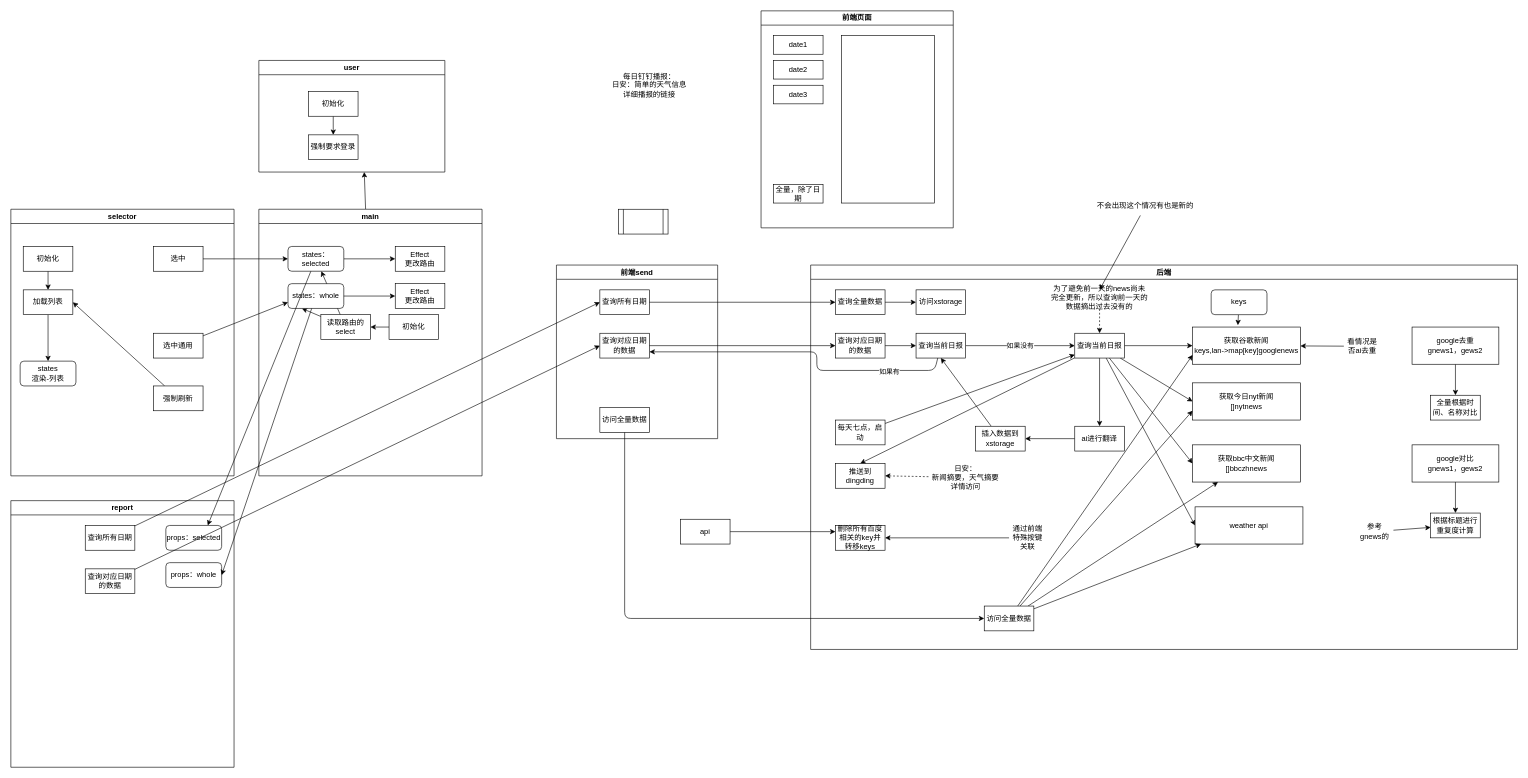
This is docs/daily.drawio from intmian/platform, a draw.io file, before an edit. Source tidied: cells renumbered, new cells numbered last; positions are measured from the earlier drawing's top-left corner, leaving out a move shared by most shapes. Both pictures are drawn from the tidied source at 62%, with x=0, y=0 at pixel (11, 11).
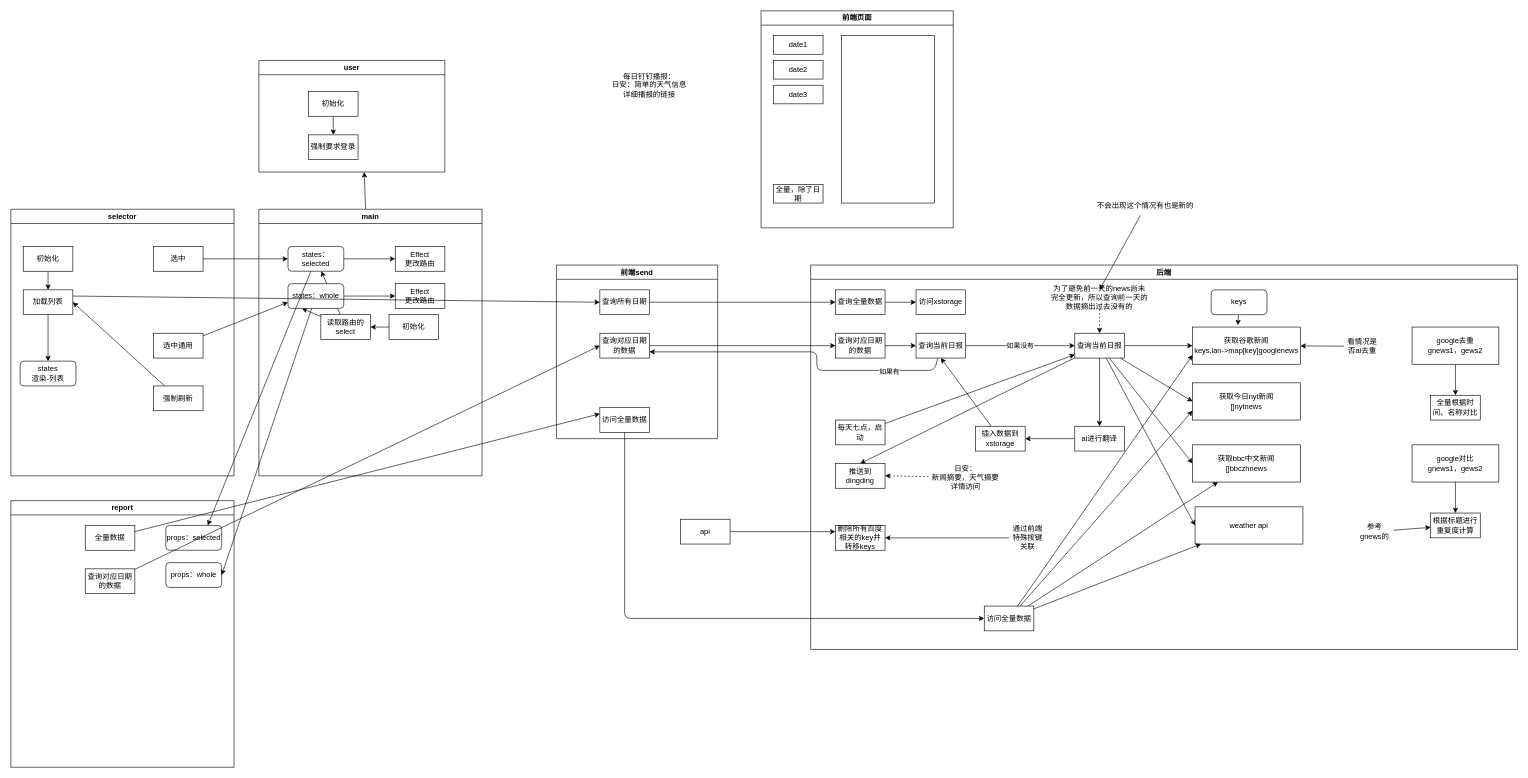
Above is the later version.

The change refers to these unchanged cells:
```xml
<mxCell id="10" value="查询所有日期" style="rounded=0;whiteSpace=wrap;html=1;" parent="9" vertex="1">
  <mxGeometry x="70" y="40" width="80" height="40" as="geometry" />
</mxCell>
<mxCell id="12" value="访问全量数据" style="rounded=0;whiteSpace=wrap;html=1;" parent="9" vertex="1">
  <mxGeometry x="70" y="230" width="80" height="40" as="geometry" />
</mxCell>
<mxCell id="78" value="加载列表" style="rounded=0;whiteSpace=wrap;html=1;" parent="73" vertex="1">
  <mxGeometry x="20" y="130" width="80" height="40" as="geometry" />
</mxCell>
<mxCell id="96" value="report" style="swimlane;whiteSpace=wrap;html=1;" parent="1" vertex="1">
  <mxGeometry y="790" width="360" height="430" as="geometry" />
</mxCell>
```

Diff of the diagram source:
```diff
@@
-    <mxCell id="67" style="shape=process;whiteSpace=wrap;html=1;backgroundOutline=1;" parent="1" vertex="1">
-      <mxGeometry x="980" y="320" width="80" height="40" as="geometry" />
-    </mxCell>
@@
-    <mxCell id="99" value="查询所有日期" style="rounded=0;whiteSpace=wrap;html=1;" parent="96" vertex="1">
+    <mxCell id="99" value="全量数据" style="rounded=0;whiteSpace=wrap;html=1;" parent="96" vertex="1">
       <mxGeometry x="120" y="40" width="80" height="40" as="geometry" />
     </mxCell>
@@
-    <mxCell id="106" style="edgeStyle=none;html=1;entryX=0;entryY=0.5;entryDx=0;entryDy=0;" parent="1" edge="1" source="99" target="10">
+    <mxCell id="106" style="edgeStyle=none;html=1;entryX=0;entryY=0.5;entryDx=0;entryDy=0;exitX=1;exitY=0.25;exitDx=0;exitDy=0;" parent="1" edge="1" source="78" target="10">
       <mxGeometry relative="1" as="geometry" />
     </mxCell>
@@
+    <mxCell id="111" style="edgeStyle=none;html=1;entryX=0;entryY=0.25;entryDx=0;entryDy=0;" parent="1" edge="1" source="99" target="12">
+      <mxGeometry relative="1" as="geometry" />
+    </mxCell>
```
